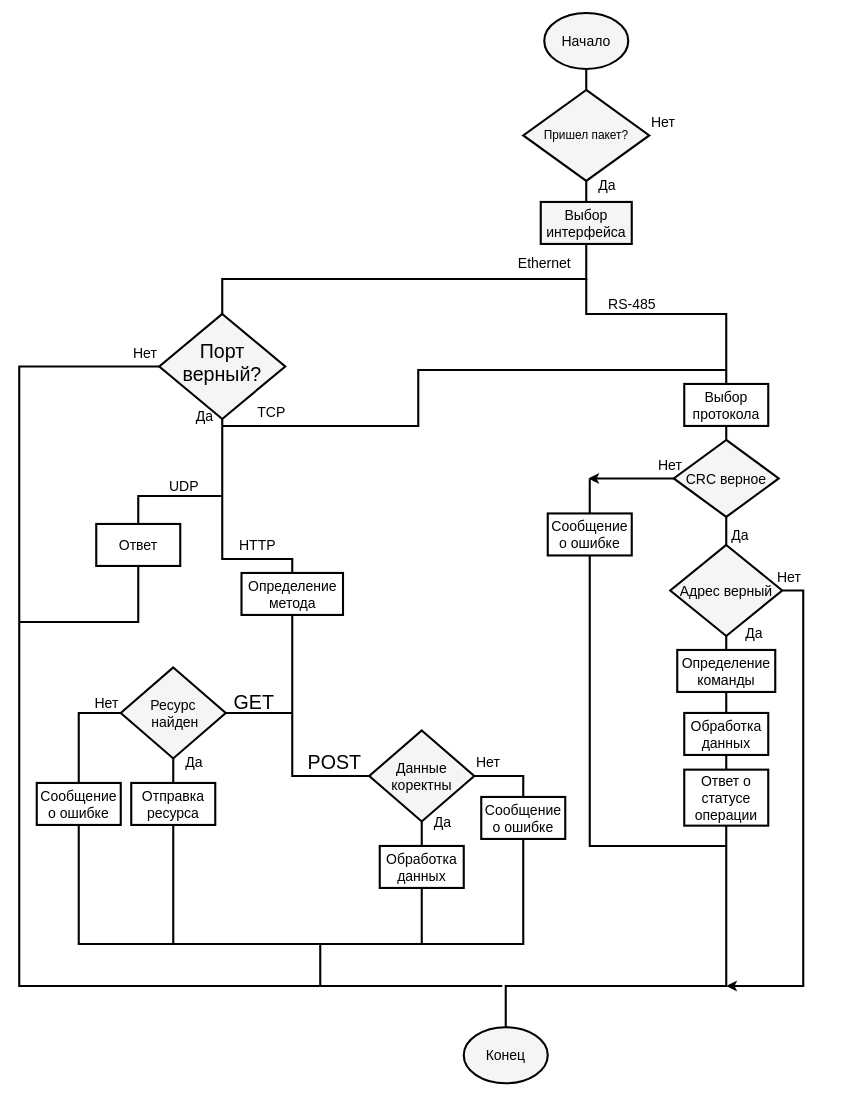
Above: algoritms/server.drawio in Askay49/diplom (draw.io), before the change. Source tidied: cells renumbered, new cells numbered last; positions are measured from the earlier drawing's top-left corner, leaving out a move shared by most shapes. Both pictures are drawn from the tidied source at 70%, with x=0, y=0 at pixel (19, 13).
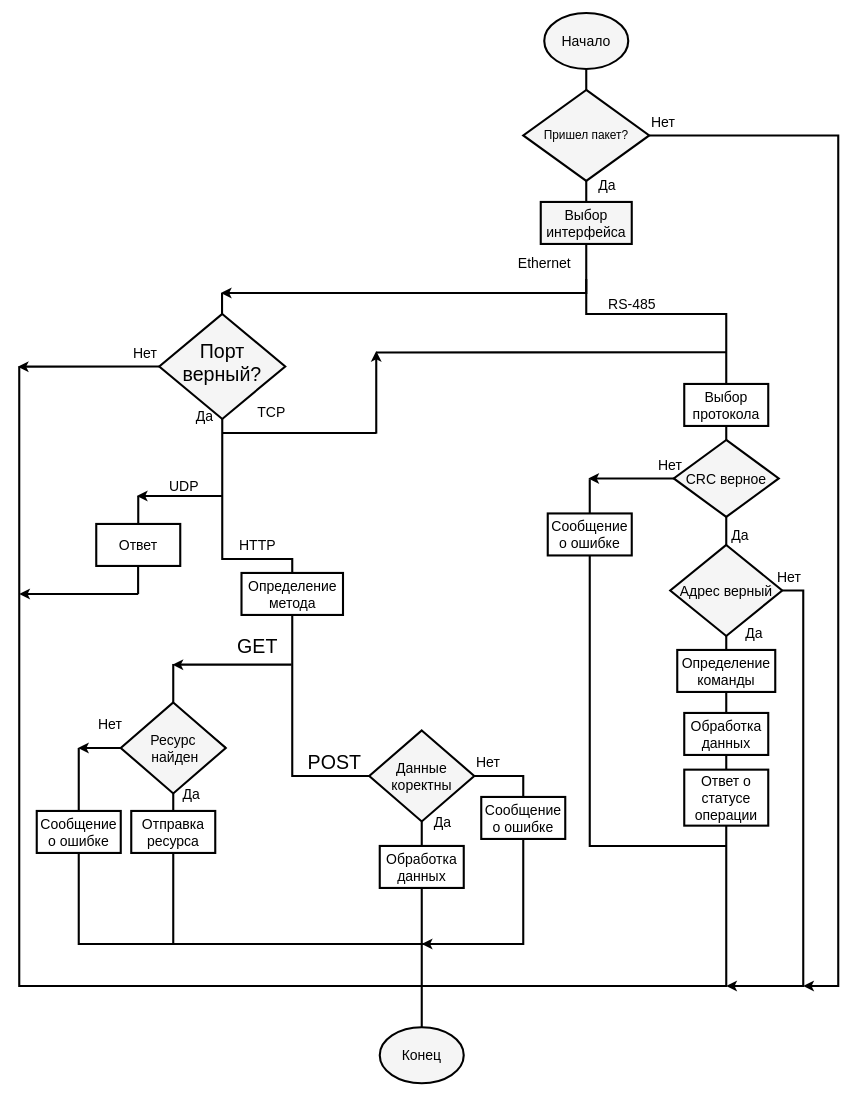
The same diagram, later.

The change refers to these unchanged cells:
```xml
<mxCell id="20" value="Ответ о статусе операции" style="rounded=0;whiteSpace=wrap;html=1;fontSize=20;fillColor=#FFFFFF;strokeColor=#000000;strokeWidth=3;fontColor=#000000;" parent="1" vertex="1">
  <mxGeometry x="950" y="1081" width="120" height="80" as="geometry" />
</mxCell>
<mxCell id="28" value="Пришел пакет?" style="rhombus;whiteSpace=wrap;html=1;strokeColor=#000000;strokeWidth=3;fontFamily=Helvetica;fontSize=17;fontColor=#000000;fillColor=#f5f5f5;gradientColor=none;" parent="1" vertex="1">
  <mxGeometry x="720" y="110" width="180" height="130" as="geometry" />
</mxCell>
<mxCell id="34" value="&lt;font style=&quot;font-size: 28px;&quot;&gt;Порт верный?&lt;/font&gt;" style="rhombus;whiteSpace=wrap;html=1;strokeColor=#000000;strokeWidth=3;fontFamily=Helvetica;fontSize=20;fontColor=#000000;fillColor=#f5f5f5;gradientColor=none;spacingTop=-11;" parent="1" vertex="1">
  <mxGeometry x="200" y="430" width="180" height="150" as="geometry" />
</mxCell>
<mxCell id="37" value="Сообщение о ошибке" style="rounded=0;whiteSpace=wrap;html=1;fontSize=20;fillColor=#FFFFFF;strokeColor=#000000;strokeWidth=3;fontColor=#000000;" parent="1" vertex="1">
  <mxGeometry x="660" y="1120" width="120" height="60" as="geometry" />
</mxCell>
<mxCell id="48" value="Ответ" style="rounded=0;whiteSpace=wrap;html=1;fontSize=20;fillColor=#FFFFFF;strokeColor=#000000;strokeWidth=3;fontColor=#000000;" parent="1" vertex="1">
  <mxGeometry x="110" y="730" width="120" height="60" as="geometry" />
</mxCell>
<mxCell id="69" value="Выбор интерфейса" style="rounded=0;whiteSpace=wrap;html=1;fillColor=#f5f5f5;gradientColor=none;strokeColor=#000000;strokeWidth=3;fontColor=#000000;fontSize=20;" parent="1" vertex="1">
  <mxGeometry x="745" y="270" width="130" height="60" as="geometry" />
</mxCell>
```

The edit, as a diff of the source:
```diff
@@
     <mxCell id="3" value="Конец" style="ellipse;whiteSpace=wrap;html=1;strokeColor=#000000;strokeWidth=3;fontFamily=Helvetica;fontSize=20;fontColor=#000000;fillColor=#f5f5f5;gradientColor=none;" parent="1" vertex="1">
-      <mxGeometry x="635" y="1449" width="120" height="80" as="geometry" />
+      <mxGeometry x="515" y="1449" width="120" height="80" as="geometry" />
     </mxCell>
@@
     <mxCell id="19" style="edgeStyle=none;rounded=0;html=1;exitX=0.5;exitY=1;exitDx=0;exitDy=0;entryX=0.5;entryY=0;entryDx=0;entryDy=0;strokeColor=#000000;strokeWidth=3;fontFamily=Helvetica;fontSize=20;fontColor=#000000;endArrow=none;endFill=0;" parent="1" edge="1" source="20" target="3">
       <mxGeometry relative="1" as="geometry">
         <Array as="points">
-          <mxPoint x="1010" y="1330" />
           <mxPoint x="1010" y="1390" />
-          <mxPoint x="930" y="1390" />
-          <mxPoint x="695" y="1390" />
+          <mxPoint x="890" y="1390" />
+          <mxPoint x="810" y="1390" />
+          <mxPoint x="575" y="1390" />
         </Array>
       </mxGeometry>
     </mxCell>
@@
+    <mxCell id="73" style="edgeStyle=none;rounded=0;html=1;exitX=1;exitY=0.5;exitDx=0;exitDy=0;strokeWidth=3;endArrow=classic;endFill=1;" parent="1" edge="1" source="28">
+      <mxGeometry relative="1" as="geometry">
+        <mxPoint x="1120" y="1390" as="targetPoint" />
+        <Array as="points">
+          <mxPoint x="1170" y="175" />
+          <mxPoint x="1170" y="1390" />
+        </Array>
+      </mxGeometry>
+    </mxCell>
@@
-    <mxCell id="33" style="edgeStyle=none;rounded=0;html=1;exitX=0;exitY=0.5;exitDx=0;exitDy=0;strokeWidth=3;fontSize=28;endArrow=none;endFill=0;" parent="1" edge="1" source="34">
+    <mxCell id="33" style="edgeStyle=none;rounded=0;html=1;strokeWidth=3;fontSize=28;endArrow=none;endFill=0;" parent="1" edge="1">
       <mxGeometry relative="1" as="geometry">
-        <mxPoint x="430" y="1390" as="targetPoint" />
+        <mxPoint y="505" as="sourcePoint" />
+        <mxPoint x="580" y="1390" as="targetPoint" />
         <Array as="points">
-          <mxPoint y="505" />
           <mxPoint y="1390" />
         </Array>
       </mxGeometry>
     </mxCell>
+    <mxCell id="74" style="edgeStyle=none;rounded=0;html=1;exitX=0;exitY=0.5;exitDx=0;exitDy=0;strokeWidth=3;endArrow=classic;endFill=1;" parent="1" edge="1" source="34">
+      <mxGeometry relative="1" as="geometry">
+        <mxPoint x="-2" y="505.3" as="targetPoint" />
+      </mxGeometry>
+    </mxCell>
@@
-    <mxCell id="35" style="edgeStyle=none;shape=connector;rounded=0;html=1;entryX=0.5;entryY=0;entryDx=0;entryDy=0;labelBackgroundColor=default;strokeColor=#000000;strokeWidth=3;fontFamily=Helvetica;fontSize=20;fontColor=#000000;endArrow=none;endFill=0;" parent="1" edge="1" target="48">
-      <mxGeometry relative="1" as="geometry">
-        <mxPoint x="290" y="690" as="sourcePoint" />
-        <Array as="points">
-          <mxPoint x="170" y="690" />
-        </Array>
-      </mxGeometry>
-    </mxCell>
-    <mxCell id="36" style="edgeStyle=none;shape=connector;rounded=0;html=1;exitX=0.5;exitY=1;exitDx=0;exitDy=0;labelBackgroundColor=default;strokeColor=#000000;strokeWidth=3;fontFamily=Helvetica;fontSize=20;fontColor=#000000;endArrow=none;endFill=0;" parent="1" edge="1" source="37">
-      <mxGeometry relative="1" as="geometry">
-        <mxPoint x="690" y="1390" as="targetPoint" />
-        <Array as="points">
-          <mxPoint x="720" y="1330" />
-          <mxPoint x="430" y="1330" />
-          <mxPoint x="430" y="1390" />
-        </Array>
-      </mxGeometry>
-    </mxCell>
+    <mxCell id="75" style="edgeStyle=none;html=1;exitX=0.5;exitY=1;exitDx=0;exitDy=0;strokeWidth=3;rounded=0;" parent="1" edge="1" source="37">
+      <mxGeometry relative="1" as="geometry">
+        <mxPoint x="575" y="1330" as="targetPoint" />
+        <Array as="points">
+          <mxPoint x="720" y="1330" />
+        </Array>
+      </mxGeometry>
+    </mxCell>
@@
-    <mxCell id="47" style="edgeStyle=none;rounded=0;html=1;exitX=0.5;exitY=1;exitDx=0;exitDy=0;strokeWidth=3;fontSize=28;endArrow=none;endFill=0;" parent="1" edge="1" source="48">
-      <mxGeometry relative="1" as="geometry">
-        <mxPoint y="870" as="targetPoint" />
-        <Array as="points">
-          <mxPoint x="170" y="870" />
-        </Array>
-      </mxGeometry>
-    </mxCell>
+    <mxCell id="76" style="edgeStyle=none;rounded=0;html=1;exitX=0.5;exitY=0;exitDx=0;exitDy=0;strokeWidth=3;endArrow=none;endFill=0;" parent="1" edge="1" source="48">
+      <mxGeometry relative="1" as="geometry">
+        <mxPoint x="170" y="690" as="targetPoint" />
+      </mxGeometry>
+    </mxCell>
@@
-    <mxCell id="49" style="edgeStyle=none;rounded=0;html=1;strokeWidth=3;endArrow=none;endFill=0;" parent="1" edge="1">
-      <mxGeometry relative="1" as="geometry">
-        <mxPoint x="290" y="590" as="sourcePoint" />
-        <mxPoint x="1010" y="510" as="targetPoint" />
-        <Array as="points">
-          <mxPoint x="570" y="590" />
-          <mxPoint x="570" y="510" />
-        </Array>
-      </mxGeometry>
-    </mxCell>
-    <mxCell id="50" style="edgeStyle=none;shape=connector;rounded=0;html=1;exitX=0;exitY=0.5;exitDx=0;exitDy=0;labelBackgroundColor=default;strokeColor=#000000;strokeWidth=3;fontFamily=Helvetica;fontSize=20;fontColor=#000000;endArrow=none;endFill=0;" parent="1" edge="1">
+    <mxCell id="50" style="edgeStyle=none;shape=connector;rounded=0;html=1;labelBackgroundColor=default;strokeColor=#000000;strokeWidth=3;fontFamily=Helvetica;fontSize=20;fontColor=#000000;endArrow=classic;endFill=1;" parent="1" edge="1">
       <mxGeometry relative="1" as="geometry">
-        <mxPoint x="235" y="1000" as="sourcePoint" />
-        <mxPoint x="390" y="1000" as="targetPoint" />
+        <mxPoint x="389" y="931" as="sourcePoint" />
+        <mxPoint x="219" y="931" as="targetPoint" />
       </mxGeometry>
     </mxCell>
@@
-    <mxCell id="54" style="edgeStyle=none;shape=connector;rounded=0;html=1;exitX=0;exitY=0.5;exitDx=0;exitDy=0;entryX=0.5;entryY=0;entryDx=0;entryDy=0;labelBackgroundColor=default;strokeColor=#000000;strokeWidth=3;fontFamily=Helvetica;fontSize=20;fontColor=#000000;endArrow=none;endFill=0;" parent="1" edge="1" source="55" target="59">
-      <mxGeometry relative="1" as="geometry">
-        <Array as="points">
-          <mxPoint x="85" y="1000" />
-        </Array>
-      </mxGeometry>
-    </mxCell>
     <mxCell id="55" value="Ресурс&lt;br&gt;&amp;nbsp;найден" style="rhombus;whiteSpace=wrap;html=1;strokeColor=#000000;strokeWidth=3;fontFamily=Helvetica;fontSize=20;fontColor=#000000;fillColor=#f5f5f5;gradientColor=none;" parent="1" vertex="1">
-      <mxGeometry x="145" y="935" width="150" height="130" as="geometry" />
+      <mxGeometry x="145" y="985" width="150" height="130" as="geometry" />
     </mxCell>
-    <mxCell id="56" style="edgeStyle=none;shape=connector;rounded=0;html=1;exitX=0.5;exitY=1;exitDx=0;exitDy=0;labelBackgroundColor=default;strokeColor=#000000;strokeWidth=3;fontFamily=Helvetica;fontSize=20;fontColor=#000000;endArrow=none;endFill=0;" parent="1" edge="1" source="57">
+    <mxCell id="56" style="edgeStyle=none;shape=connector;rounded=0;html=1;exitX=0.5;exitY=1;exitDx=0;exitDy=0;labelBackgroundColor=default;strokeColor=#000000;strokeWidth=3;fontFamily=Helvetica;fontSize=20;fontColor=#000000;endArrow=none;endFill=0;" parent="1" edge="1">
       <mxGeometry relative="1" as="geometry">
-        <mxPoint x="430" y="1330" as="targetPoint" />
+        <mxPoint x="220" y="1200" as="sourcePoint" />
+        <mxPoint x="590" y="1330" as="targetPoint" />
         <Array as="points">
           <mxPoint x="220" y="1330" />
+          <mxPoint x="390" y="1330" />
         </Array>
       </mxGeometry>
     </mxCell>
     <mxCell id="57" value="Отправка ресурса" style="rounded=0;whiteSpace=wrap;html=1;fontSize=20;fillColor=#FFFFFF;strokeColor=#000000;strokeWidth=3;fontColor=#000000;" parent="1" vertex="1">
-      <mxGeometry x="160" y="1100" width="120" height="60" as="geometry" />
+      <mxGeometry x="160" y="1140" width="120" height="60" as="geometry" />
     </mxCell>
@@
     <mxCell id="59" value="Сообщение о ошибке" style="rounded=0;whiteSpace=wrap;html=1;fontSize=20;fillColor=#FFFFFF;strokeColor=#000000;strokeWidth=3;fontColor=#000000;" parent="1" vertex="1">
-      <mxGeometry x="25" y="1100" width="120" height="60" as="geometry" />
+      <mxGeometry x="25" y="1140" width="120" height="60" as="geometry" />
     </mxCell>
     <mxCell id="60" value="Нет" style="text;html=1;strokeColor=none;fillColor=none;align=center;verticalAlign=middle;whiteSpace=wrap;rounded=0;strokeWidth=3;fontFamily=Helvetica;fontSize=20;fontColor=#000000;" parent="1" vertex="1">
-      <mxGeometry x="95" y="970" width="60" height="30" as="geometry" />
+      <mxGeometry x="100" y="1000" width="60" height="30" as="geometry" />
     </mxCell>
     <mxCell id="61" value="Да" style="text;html=1;strokeColor=none;fillColor=none;align=center;verticalAlign=middle;whiteSpace=wrap;rounded=0;strokeWidth=3;fontFamily=Helvetica;fontSize=20;fontColor=#000000;" parent="1" vertex="1">
-      <mxGeometry x="220" y="1055" width="60" height="30" as="geometry" />
+      <mxGeometry x="216" y="1100" width="60" height="30" as="geometry" />
     </mxCell>
@@
     <mxCell id="65" value="GET" style="text;html=1;align=center;verticalAlign=middle;strokeColor=none;fillColor=none;fontSize=28;" parent="1" vertex="1">
-      <mxGeometry x="295" y="960" width="80" height="50" as="geometry" />
+      <mxGeometry x="300" y="880" width="80" height="50" as="geometry" />
     </mxCell>
@@
-    <mxCell id="68" style="edgeStyle=none;rounded=0;html=1;exitX=0.5;exitY=1;exitDx=0;exitDy=0;strokeWidth=3;fontSize=28;endArrow=none;endFill=0;entryX=0.5;entryY=0;entryDx=0;entryDy=0;" parent="1" edge="1" source="69" target="34">
-      <mxGeometry relative="1" as="geometry">
-        <Array as="points">
-          <mxPoint x="810" y="380" />
-          <mxPoint x="290" y="380" />
-        </Array>
-      </mxGeometry>
-    </mxCell>
@@
+    <mxCell id="77" style="edgeStyle=none;shape=connector;rounded=0;html=1;exitX=0.5;exitY=1;exitDx=0;exitDy=0;entryX=0.5;entryY=0;entryDx=0;entryDy=0;labelBackgroundColor=default;strokeColor=#000000;strokeWidth=3;fontFamily=Helvetica;fontSize=20;fontColor=#000000;endArrow=none;endFill=0;" parent="1" edge="1">
+      <mxGeometry relative="1" as="geometry">
+        <mxPoint x="289.7" y="400" as="sourcePoint" />
+        <mxPoint x="289.7" y="430" as="targetPoint" />
+      </mxGeometry>
+    </mxCell>
+    <mxCell id="78" style="edgeStyle=none;shape=connector;rounded=0;html=1;labelBackgroundColor=default;strokeColor=#000000;strokeWidth=3;fontFamily=Helvetica;fontSize=20;fontColor=#000000;endArrow=classic;endFill=1;exitX=0.5;exitY=1;exitDx=0;exitDy=0;" parent="1" edge="1" source="69">
+      <mxGeometry relative="1" as="geometry">
+        <mxPoint x="288" y="400" as="targetPoint" />
+        <Array as="points">
+          <mxPoint x="810" y="400" />
+        </Array>
+      </mxGeometry>
+    </mxCell>
+    <mxCell id="79" style="edgeStyle=none;shape=connector;rounded=0;html=1;labelBackgroundColor=default;strokeColor=#000000;strokeWidth=3;fontFamily=Helvetica;fontSize=20;fontColor=#000000;endArrow=none;endFill=0;" parent="1" edge="1">
+      <mxGeometry relative="1" as="geometry">
+        <mxPoint x="510" y="600" as="sourcePoint" />
+        <mxPoint x="290" y="600" as="targetPoint" />
+      </mxGeometry>
+    </mxCell>
+    <mxCell id="80" style="edgeStyle=none;shape=connector;rounded=0;html=1;labelBackgroundColor=default;strokeColor=#000000;strokeWidth=3;fontFamily=Helvetica;fontSize=20;fontColor=#000000;endArrow=none;endFill=0;" parent="1" edge="1">
+      <mxGeometry relative="1" as="geometry">
+        <mxPoint x="1010" y="484.7" as="sourcePoint" />
+        <mxPoint x="510" y="485" as="targetPoint" />
+      </mxGeometry>
+    </mxCell>
+    <mxCell id="81" style="edgeStyle=none;shape=connector;rounded=0;html=1;labelBackgroundColor=default;strokeColor=#000000;strokeWidth=3;fontFamily=Helvetica;fontSize=20;fontColor=#000000;endArrow=classic;endFill=1;arcSize=20;spacingTop=11;spacing=9;spacingLeft=4;spacingBottom=4;" parent="1" edge="1">
+      <mxGeometry relative="1" as="geometry">
+        <mxPoint x="510" y="601" as="sourcePoint" />
+        <mxPoint x="510" y="483" as="targetPoint" />
+      </mxGeometry>
+    </mxCell>
+    <mxCell id="82" style="edgeStyle=none;rounded=0;html=1;strokeWidth=3;endArrow=classic;endFill=1;" parent="1" edge="1">
+      <mxGeometry relative="1" as="geometry">
+        <mxPoint x="290" y="690" as="sourcePoint" />
+        <mxPoint x="168" y="690" as="targetPoint" />
+      </mxGeometry>
+    </mxCell>
+    <mxCell id="83" style="edgeStyle=none;rounded=0;html=1;exitX=0.5;exitY=0;exitDx=0;exitDy=0;strokeWidth=3;endArrow=none;endFill=0;" parent="1" edge="1">
+      <mxGeometry relative="1" as="geometry">
+        <mxPoint x="169.8" y="830" as="sourcePoint" />
+        <mxPoint x="169.8" y="790" as="targetPoint" />
+      </mxGeometry>
+    </mxCell>
+    <mxCell id="84" style="edgeStyle=none;rounded=0;html=1;strokeWidth=3;endArrow=classic;endFill=1;" parent="1" edge="1">
+      <mxGeometry relative="1" as="geometry">
+        <mxPoint x="170" y="830" as="sourcePoint" />
+        <mxPoint y="830" as="targetPoint" />
+      </mxGeometry>
+    </mxCell>
+    <mxCell id="85" style="edgeStyle=none;shape=connector;rounded=0;html=1;labelBackgroundColor=default;strokeColor=#000000;strokeWidth=3;fontFamily=Helvetica;fontSize=20;fontColor=#000000;endArrow=none;endFill=0;" parent="1" edge="1" source="55">
+      <mxGeometry relative="1" as="geometry">
+        <mxPoint x="220" y="930" as="targetPoint" />
+      </mxGeometry>
+    </mxCell>
+    <mxCell id="86" style="edgeStyle=none;shape=connector;rounded=0;html=1;labelBackgroundColor=default;strokeColor=#000000;strokeWidth=3;fontFamily=Helvetica;fontSize=20;fontColor=#000000;endArrow=none;endFill=0;exitX=0.5;exitY=0;exitDx=0;exitDy=0;" parent="1" edge="1" source="59">
+      <mxGeometry relative="1" as="geometry">
+        <mxPoint x="85" y="1050" as="targetPoint" />
+      </mxGeometry>
+    </mxCell>
+    <mxCell id="87" style="edgeStyle=none;shape=connector;rounded=0;html=1;labelBackgroundColor=default;strokeColor=#000000;strokeWidth=3;fontFamily=Helvetica;fontSize=20;fontColor=#000000;endArrow=classic;endFill=1;exitX=0;exitY=0.5;exitDx=0;exitDy=0;" parent="1" edge="1" source="55">
+      <mxGeometry relative="1" as="geometry">
+        <mxPoint x="84" y="1050" as="targetPoint" />
+      </mxGeometry>
+    </mxCell>
+    <mxCell id="88" style="edgeStyle=none;shape=connector;rounded=0;html=1;labelBackgroundColor=default;strokeColor=#000000;strokeWidth=3;fontFamily=Helvetica;fontSize=20;fontColor=#000000;endArrow=none;endFill=0;" parent="1" edge="1">
+      <mxGeometry relative="1" as="geometry">
+        <mxPoint x="695" y="1390" as="sourcePoint" />
+        <mxPoint x="575" y="1330" as="targetPoint" />
+        <Array as="points">
+          <mxPoint x="575" y="1390" />
+        </Array>
+      </mxGeometry>
+    </mxCell>
```
